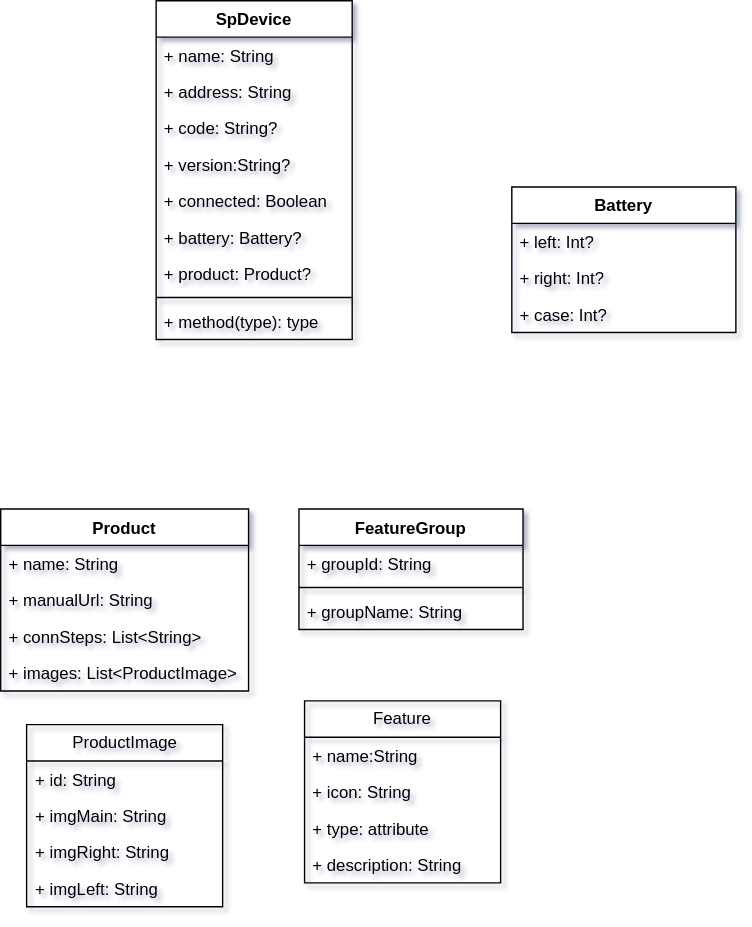
Earlier version of the draw.io export 未命名绘图.drawio.svg (kekemao00/draw-libs). Source tidied: cells renumbered, new cells last; positions are measured from the earlier drawing's top-left corner, leaving out a move shared by most shapes.
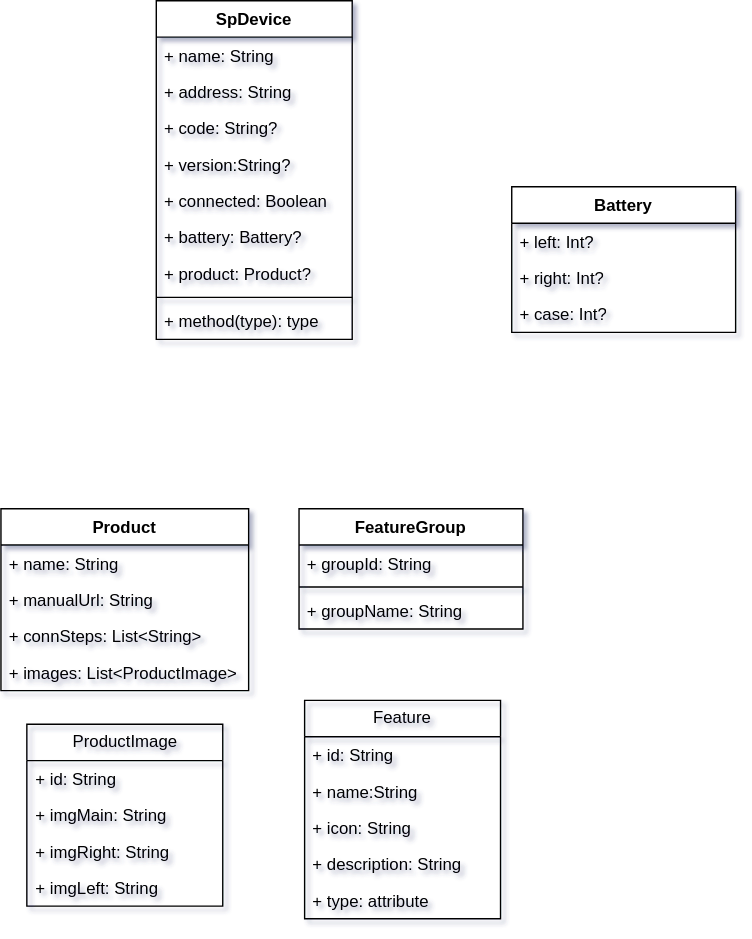
After the commit.

Commit message:
更新未命名绘图.drawio.svg

Diff of the diagram source:
```diff
@@ -87,19 +87,22 @@
       <mxGeometry y="60" width="160" height="26" as="geometry" />
     </mxCell>
     <mxCell id="30" value="Feature" style="swimlane;fontStyle=0;horizontal=1;startSize=26;fillColor=none;whiteSpace=wrap;html=1;" parent="1" vertex="1">
-      <mxGeometry x="217" y="500" width="140" height="130" as="geometry" />
+      <mxGeometry x="217" y="500" width="140" height="156" as="geometry" />
     </mxCell>
+    <mxCell id="35" value="+ id: String" style="text;strokeColor=none;fillColor=none;align=left;verticalAlign=top;spacingLeft=4;spacingRight=4;overflow=hidden;whiteSpace=wrap;html=1;" parent="30" vertex="1">
+      <mxGeometry y="26" width="140" height="26" as="geometry" />
+    </mxCell>
     <mxCell id="31" value="+ name:String&amp;nbsp;" style="text;strokeColor=none;fillColor=none;align=left;verticalAlign=top;spacingLeft=4;spacingRight=4;overflow=hidden;whiteSpace=wrap;html=1;" parent="30" vertex="1">
-      <mxGeometry y="26" width="140" height="26" as="geometry" />
+      <mxGeometry y="52" width="140" height="26" as="geometry" />
     </mxCell>
     <mxCell id="32" value="+ icon: String" style="text;strokeColor=none;fillColor=none;align=left;verticalAlign=top;spacingLeft=4;spacingRight=4;overflow=hidden;whiteSpace=wrap;html=1;" parent="30" vertex="1">
-      <mxGeometry y="52" width="140" height="26" as="geometry" />
+      <mxGeometry y="78" width="140" height="26" as="geometry" />
     </mxCell>
+    <mxCell id="34" value="+ description: String" style="text;strokeColor=none;fillColor=none;align=left;verticalAlign=top;spacingLeft=4;spacingRight=4;overflow=hidden;whiteSpace=wrap;html=1;" parent="30" vertex="1">
+      <mxGeometry y="104" width="140" height="26" as="geometry" />
+    </mxCell>
     <mxCell id="33" value="+ type: attribute" style="text;strokeColor=none;fillColor=none;align=left;verticalAlign=top;spacingLeft=4;spacingRight=4;overflow=hidden;whiteSpace=wrap;html=1;" parent="30" vertex="1">
-      <mxGeometry y="78" width="140" height="26" as="geometry" />
+      <mxGeometry y="130" width="140" height="26" as="geometry" />
     </mxCell>
-    <mxCell id="34" value="+ description: String" style="text;strokeColor=none;fillColor=none;align=left;verticalAlign=top;spacingLeft=4;spacingRight=4;overflow=hidden;whiteSpace=wrap;html=1;" parent="30" vertex="1">
-      <mxGeometry y="104" width="140" height="26" as="geometry" />
-    </mxCell>
   </root>
 </mxGraphModel>
```
